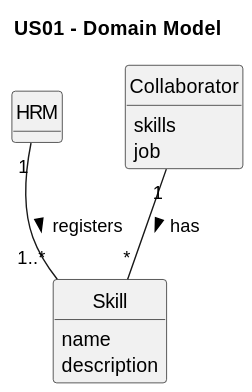
Earlier version of the PlantUML export docs/sprintA/us001/02.analysis/svg/us001-domain-model.svg (Rui-San/LAPR2_2023_2024). Its diagram source:
```plantuml
@startuml
skinparam monochrome true
skinparam packageStyle rectangle
skinparam shadowing false


skinparam classAttributeIconSize 0

hide circle
hide methods

title US01 - Domain Model

class HRM{

}

class Skill{
    name
    description
}

class Collaborator{
    skills
    job
}

HRM "1" -- "1..*" Skill : "registers >"
Collaborator "1" -- "*" Skill : "has >"
@enduml
```
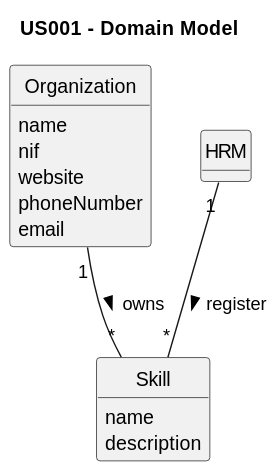
The same file after the commit.

Commit message:
Created SVG files for US01, US02, US03 and US04 Domain Models

What changed in the source:
```diff
@@ -2,17 +2,19 @@
 skinparam monochrome true
 skinparam packageStyle rectangle
 skinparam shadowing false
-
-
 skinparam classAttributeIconSize 0
 
 hide circle
 hide methods
 
-title US01 - Domain Model
+title US001 - Domain Model
 
-class HRM{
-
+class Organization {
+    name
+    nif
+    website
+    phoneNumber
+    email
 }
 
 class Skill{
@@ -20,11 +22,10 @@
     description
 }
 
-class Collaborator{
-    skills
-    job
+class HRM{
+
 }
 
-HRM "1" -- "1..*" Skill : "registers >"
-Collaborator "1" -- "*" Skill : "has >"
+Organization "1" -- "*" Skill : "owns >"
+HRM "1" -- "*" Skill : "register >"
 @enduml
```
